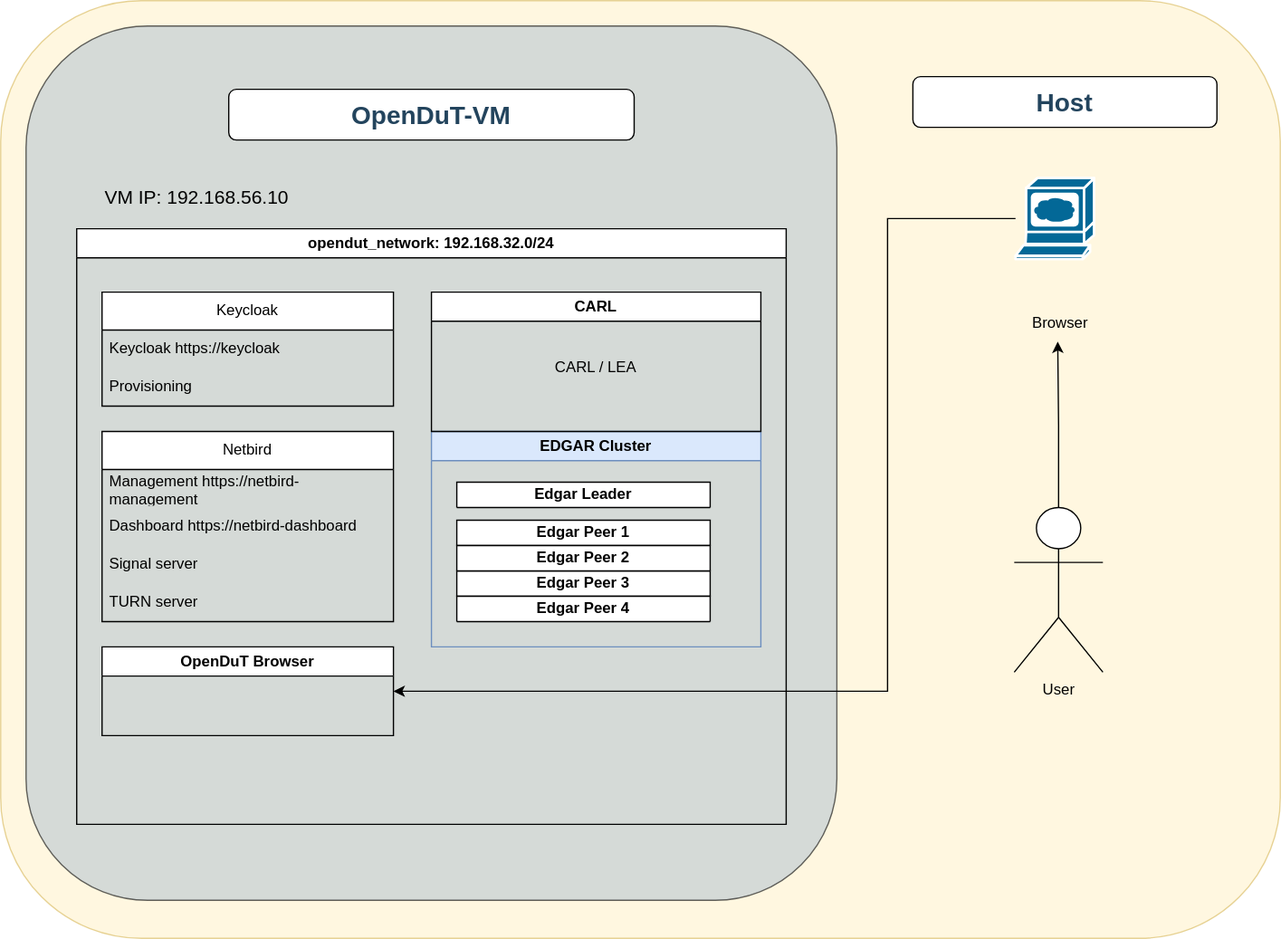
This is doc/src/development/testenv/img/opendut-vm-user.drawio.svg from eclipse-opendut/opendut, a draw.io export, as it was before one commit. Source tidied: cells renumbered, new cells last; positions are measured from the earlier drawing's top-left corner, leaving out a move shared by most shapes. Source of this version:
```xml
<mxGraphModel>
  <root>
    <mxCell id="0" />
    <mxCell id="1" parent="0" />
    <mxCell id="2" style="rounded=1;whiteSpace=wrap;html=1;strokeColor=#d6b656;fillColor=#fff2cc;fontSize=24;align=center;opacity=60;" parent="1" vertex="1">
      <mxGeometry width="1010" height="740" as="geometry" />
    </mxCell>
    <mxCell id="3" style="rounded=1;whiteSpace=wrap;html=1;strokeColor=default;fillColor=#BAC8D3;fontSize=24;fontColor=#23445D;align=center;opacity=60;" parent="1" vertex="1">
      <mxGeometry x="20" y="20" width="640" height="690" as="geometry" />
    </mxCell>
    <mxCell id="4" value="&lt;font color=&quot;#23445d&quot; style=&quot;font-size: 20px;&quot;&gt;OpenDuT-VM&lt;/font&gt;" style="rounded=1;whiteSpace=wrap;html=1;fontSize=20;align=center;fontStyle=1;" parent="1" vertex="1">
      <mxGeometry x="180" y="70" width="320" height="40" as="geometry" />
    </mxCell>
    <mxCell id="5" value="opendut_network: 192.168.32.0/24" style="swimlane;whiteSpace=wrap;html=1;startSize=23;" parent="1" vertex="1">
      <mxGeometry x="60" y="180" width="560" height="470" as="geometry" />
    </mxCell>
    <mxCell id="6" value="Keycloak" style="swimlane;fontStyle=0;horizontal=1;startSize=30;whiteSpace=wrap;html=1;" parent="5" vertex="1">
      <mxGeometry x="20" y="50" width="230" height="90" as="geometry" />
    </mxCell>
    <mxCell id="7" value="&lt;div&gt;Keycloak https://keycloak&lt;br&gt;&lt;/div&gt;" style="text;strokeColor=none;fillColor=none;align=left;verticalAlign=middle;spacingLeft=4;spacingRight=4;overflow=hidden;whiteSpace=wrap;html=1;" parent="6" vertex="1">
      <mxGeometry y="30" width="230" height="30" as="geometry" />
    </mxCell>
    <mxCell id="8" value="Provisioning" style="text;strokeColor=none;fillColor=none;align=left;verticalAlign=middle;spacingLeft=4;spacingRight=4;overflow=hidden;whiteSpace=wrap;html=1;" parent="6" vertex="1">
      <mxGeometry y="60" width="230" height="30" as="geometry" />
    </mxCell>
    <mxCell id="9" value="EDGAR Cluster" style="swimlane;whiteSpace=wrap;html=1;fillStyle=solid;fillColor=#dae8fc;strokeColor=#6c8ebf;" parent="5" vertex="1">
      <mxGeometry x="280" y="160" width="260" height="170" as="geometry" />
    </mxCell>
    <mxCell id="10" value="&lt;div&gt;Edgar Peer 1&lt;/div&gt;" style="swimlane;whiteSpace=wrap;html=1;" parent="9" vertex="1">
      <mxGeometry x="20" y="70" width="200" height="20" as="geometry" />
    </mxCell>
    <mxCell id="11" value="&lt;div&gt;Edgar Peer 3&lt;br&gt;&lt;/div&gt;" style="swimlane;whiteSpace=wrap;html=1;" parent="9" vertex="1">
      <mxGeometry x="20" y="110" width="200" height="20" as="geometry" />
    </mxCell>
    <mxCell id="12" value="Netbird" style="swimlane;fontStyle=0;horizontal=1;startSize=30;whiteSpace=wrap;html=1;" parent="1" vertex="1">
      <mxGeometry x="80" y="340" width="230" height="150" as="geometry" />
    </mxCell>
    <mxCell id="13" value="Management https://netbird-management" style="text;strokeColor=none;fillColor=none;align=left;verticalAlign=middle;spacingLeft=4;spacingRight=4;overflow=hidden;whiteSpace=wrap;html=1;" parent="12" vertex="1">
      <mxGeometry y="30" width="230" height="30" as="geometry" />
    </mxCell>
    <mxCell id="14" value="Dashboard https://netbird-dashboard" style="text;strokeColor=none;fillColor=none;align=left;verticalAlign=middle;spacingLeft=4;spacingRight=4;overflow=hidden;whiteSpace=wrap;html=1;" parent="12" vertex="1">
      <mxGeometry y="60" width="230" height="30" as="geometry" />
    </mxCell>
    <mxCell id="15" value="&lt;div&gt;Signal server&lt;/div&gt;" style="text;strokeColor=none;fillColor=none;align=left;verticalAlign=middle;spacingLeft=4;spacingRight=4;overflow=hidden;whiteSpace=wrap;html=1;" parent="12" vertex="1">
      <mxGeometry y="90" width="230" height="30" as="geometry" />
    </mxCell>
    <mxCell id="16" value="TURN server" style="text;strokeColor=none;fillColor=none;align=left;verticalAlign=middle;spacingLeft=4;spacingRight=4;overflow=hidden;whiteSpace=wrap;html=1;" parent="12" vertex="1">
      <mxGeometry y="120" width="230" height="30" as="geometry" />
    </mxCell>
    <mxCell id="17" value="CARL" style="swimlane;whiteSpace=wrap;html=1;" parent="1" vertex="1">
      <mxGeometry x="340" y="230" width="260" height="110" as="geometry" />
    </mxCell>
    <mxCell id="18" value="CARL / LEA" style="text;html=1;strokeColor=none;fillColor=none;align=center;verticalAlign=middle;whiteSpace=wrap;rounded=0;" parent="17" vertex="1">
      <mxGeometry x="20" y="45" width="220" height="30" as="geometry" />
    </mxCell>
    <mxCell id="19" value="VM IP: 192.168.56.10" style="text;html=1;strokeColor=none;fillColor=none;align=center;verticalAlign=middle;whiteSpace=wrap;rounded=0;fontSize=15;" parent="1" vertex="1">
      <mxGeometry x="60" y="140" width="190" height="30" as="geometry" />
    </mxCell>
    <mxCell id="20" value="OpenDuT Browser" style="swimlane;whiteSpace=wrap;html=1;" parent="1" vertex="1">
      <mxGeometry x="80" y="510" width="230" height="70" as="geometry" />
    </mxCell>
    <mxCell id="21" value="Edgar Leader" style="swimlane;whiteSpace=wrap;html=1;" parent="1" vertex="1">
      <mxGeometry x="360" y="380" width="200" height="20" as="geometry" />
    </mxCell>
    <mxCell id="22" value="&lt;div&gt;Edgar Peer 2&lt;br&gt;&lt;/div&gt;" style="swimlane;whiteSpace=wrap;html=1;" parent="1" vertex="1">
      <mxGeometry x="360" y="430" width="200" height="20" as="geometry" />
    </mxCell>
    <mxCell id="23" value="&lt;div&gt;Edgar Peer 4&lt;/div&gt;" style="swimlane;whiteSpace=wrap;html=1;" parent="1" vertex="1">
      <mxGeometry x="360" y="470" width="200" height="20" as="geometry" />
    </mxCell>
    <mxCell id="24" style="edgeStyle=orthogonalEdgeStyle;rounded=0;jettySize=auto;html=1;entryX=0.476;entryY=0.967;entryDx=0;entryDy=0;entryPerimeter=0;" parent="1" edge="1" source="25" target="29">
      <mxGeometry relative="1" as="geometry" />
    </mxCell>
    <mxCell id="25" value="User" style="shape=umlActor;verticalLabelPosition=bottom;verticalAlign=top;html=1;outlineConnect=0;" parent="1" vertex="1">
      <mxGeometry x="800" y="400" width="70" height="130" as="geometry" />
    </mxCell>
    <mxCell id="26" style="edgeStyle=orthogonalEdgeStyle;rounded=0;jettySize=auto;html=1;entryX=1;entryY=0.5;entryDx=0;entryDy=0;" parent="1" edge="1" source="28" target="20">
      <mxGeometry relative="1" as="geometry">
        <Array as="points">
          <mxPoint x="700" y="172" />
          <mxPoint x="700" y="545" />
        </Array>
      </mxGeometry>
    </mxCell>
    <mxCell id="27" value="&lt;font color=&quot;#23445d&quot;&gt;Host&lt;br&gt;&lt;/font&gt;" style="rounded=1;whiteSpace=wrap;html=1;fontSize=20;align=center;fontStyle=1;" parent="1" vertex="1">
      <mxGeometry x="720" y="60" width="240" height="40" as="geometry" />
    </mxCell>
    <mxCell id="28" style="shape=mxgraph.cisco.computers_and_peripherals.web_browser;html=1;dashed=0;fillColor=#036897;strokeColor=#ffffff;strokeWidth=2;verticalLabelPosition=bottom;verticalAlign=top;align=center;outlineConnect=0;" parent="1" vertex="1">
      <mxGeometry x="801" y="140" width="62" height="64" as="geometry" />
    </mxCell>
    <mxCell id="29" value="Browser" style="text;html=1;align=center;verticalAlign=middle;points=[];strokeColor=none;fillColor=none;" parent="1" vertex="1">
      <mxGeometry x="801" y="240" width="70" height="30" as="geometry" />
    </mxCell>
  </root>
</mxGraphModel>
```
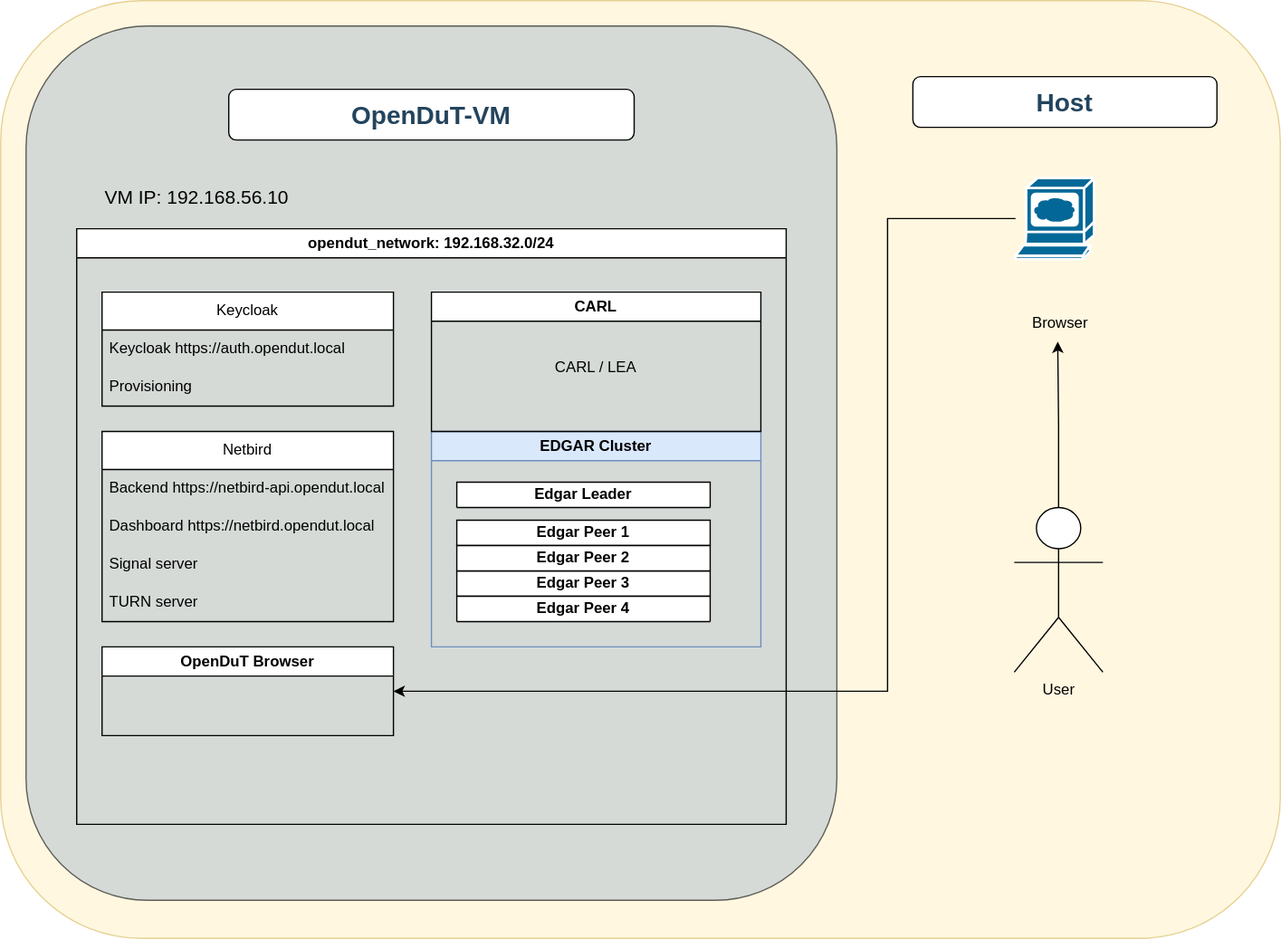
The same diagram one commit later.

What changed in the source:
```diff
@@ -17,7 +17,7 @@
     <mxCell id="6" value="Keycloak" style="swimlane;fontStyle=0;horizontal=1;startSize=30;whiteSpace=wrap;html=1;" parent="5" vertex="1">
       <mxGeometry x="20" y="50" width="230" height="90" as="geometry" />
     </mxCell>
-    <mxCell id="7" value="&lt;div&gt;Keycloak https://keycloak&lt;br&gt;&lt;/div&gt;" style="text;strokeColor=none;fillColor=none;align=left;verticalAlign=middle;spacingLeft=4;spacingRight=4;overflow=hidden;whiteSpace=wrap;html=1;" parent="6" vertex="1">
+    <mxCell id="7" value="&lt;div&gt;Keycloak https://auth.opendut.local&lt;br&gt;&lt;/div&gt;" style="text;strokeColor=none;fillColor=none;align=left;verticalAlign=middle;spacingLeft=4;spacingRight=4;overflow=hidden;whiteSpace=wrap;html=1;" parent="6" vertex="1">
       <mxGeometry y="30" width="230" height="30" as="geometry" />
     </mxCell>
     <mxCell id="8" value="Provisioning" style="text;strokeColor=none;fillColor=none;align=left;verticalAlign=middle;spacingLeft=4;spacingRight=4;overflow=hidden;whiteSpace=wrap;html=1;" parent="6" vertex="1">
@@ -35,10 +35,10 @@
     <mxCell id="12" value="Netbird" style="swimlane;fontStyle=0;horizontal=1;startSize=30;whiteSpace=wrap;html=1;" parent="1" vertex="1">
       <mxGeometry x="80" y="340" width="230" height="150" as="geometry" />
     </mxCell>
-    <mxCell id="13" value="Management https://netbird-management" style="text;strokeColor=none;fillColor=none;align=left;verticalAlign=middle;spacingLeft=4;spacingRight=4;overflow=hidden;whiteSpace=wrap;html=1;" parent="12" vertex="1">
+    <mxCell id="13" value="Backend https://netbird-api.opendut.local" style="text;strokeColor=none;fillColor=none;align=left;verticalAlign=middle;spacingLeft=4;spacingRight=4;overflow=hidden;whiteSpace=wrap;html=1;" parent="12" vertex="1">
       <mxGeometry y="30" width="230" height="30" as="geometry" />
     </mxCell>
-    <mxCell id="14" value="Dashboard https://netbird-dashboard" style="text;strokeColor=none;fillColor=none;align=left;verticalAlign=middle;spacingLeft=4;spacingRight=4;overflow=hidden;whiteSpace=wrap;html=1;" parent="12" vertex="1">
+    <mxCell id="14" value="Dashboard https://netbird.opendut.local" style="text;strokeColor=none;fillColor=none;align=left;verticalAlign=middle;spacingLeft=4;spacingRight=4;overflow=hidden;whiteSpace=wrap;html=1;" parent="12" vertex="1">
       <mxGeometry y="60" width="230" height="30" as="geometry" />
     </mxCell>
     <mxCell id="15" value="&lt;div&gt;Signal server&lt;/div&gt;" style="text;strokeColor=none;fillColor=none;align=left;verticalAlign=middle;spacingLeft=4;spacingRight=4;overflow=hidden;whiteSpace=wrap;html=1;" parent="12" vertex="1">
```
